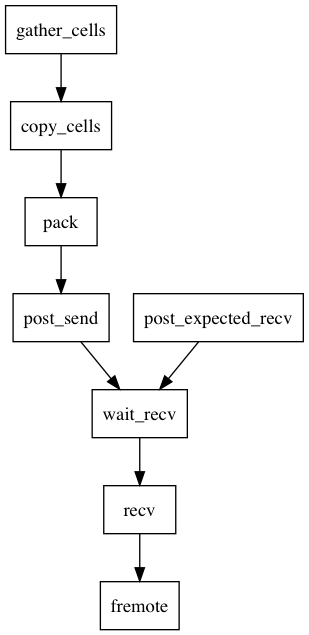
Above: doc/remote/graphviz/deps.png in uDeviceX/uDeviceX (Graphviz), before the change. Its source is kept beside it as doc/remote/graphviz/deps.gv.
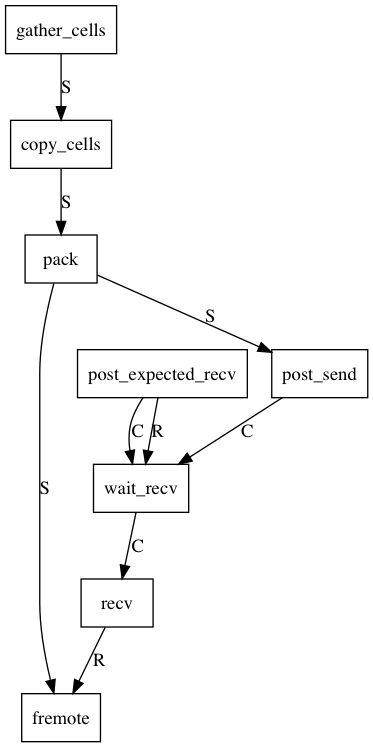
After the change.

What changed in the source:
```diff
@@ -1,7 +1,11 @@
 digraph {
 	{
 		node [shape=box]
-		gather_cells->copy_cells->pack->post_send->wait_recv->recv->fremote;
-		post_expected_recv->wait_recv;
+		gather_cells->copy_cells->pack->post_send [label="S"];
+		post_send->wait_recv->recv [label="C"];
+		recv->fremote [label="R"];
+		pack->fremote [label="S"];
+		post_expected_recv->wait_recv [label="C"];
+		post_expected_recv->wait_recv [label="R"];
 	}
 }
```
